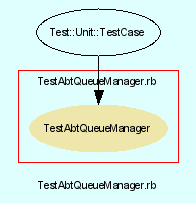
Before: src/trunk/doc/dot/f_14.png, a diagram exported from Graphviz (eschabell/abtlinux). Its source is kept beside it as src/trunk/doc/dot/f_14.dot.
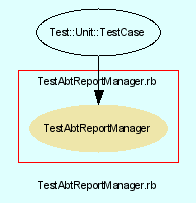
The same file after the commit.

The edit, as a diff of the source:
```diff
@@ -3,24 +3,24 @@
     bgcolor = lightcyan1
     fontname = Arial
     fontsize = 8
-    label = "TestAbtQueueManager.rb"
+    label = "TestAbtReportManager.rb"
     node [
         fontname = Arial,
         fontsize = 8,
         color = black
     ]
 
-    subgraph cluster_14 {
+    subgraph cluster_15 {
         fontname = Arial
         color = red
-        label = "TestAbtQueueManager.rb"
-        TestAbtQueueManager [
+        label = "TestAbtReportManager.rb"
+        TestAbtReportManager [
             fontcolor = black,
-            URL = "classes/TestAbtQueueManager.html",
+            URL = "classes/TestAbtReportManager.html",
             shape = ellipse,
             color = palegoldenrod,
             style = filled,
-            label = "TestAbtQueueManager"
+            label = "TestAbtReportManager"
         ]
 
     }
@@ -30,7 +30,7 @@
         label = "Test::Unit::TestCase"
     ]
 
-    Test__Unit__TestCase -> TestAbtQueueManager [
+    Test__Unit__TestCase -> TestAbtReportManager [
 
     ]
 
```
